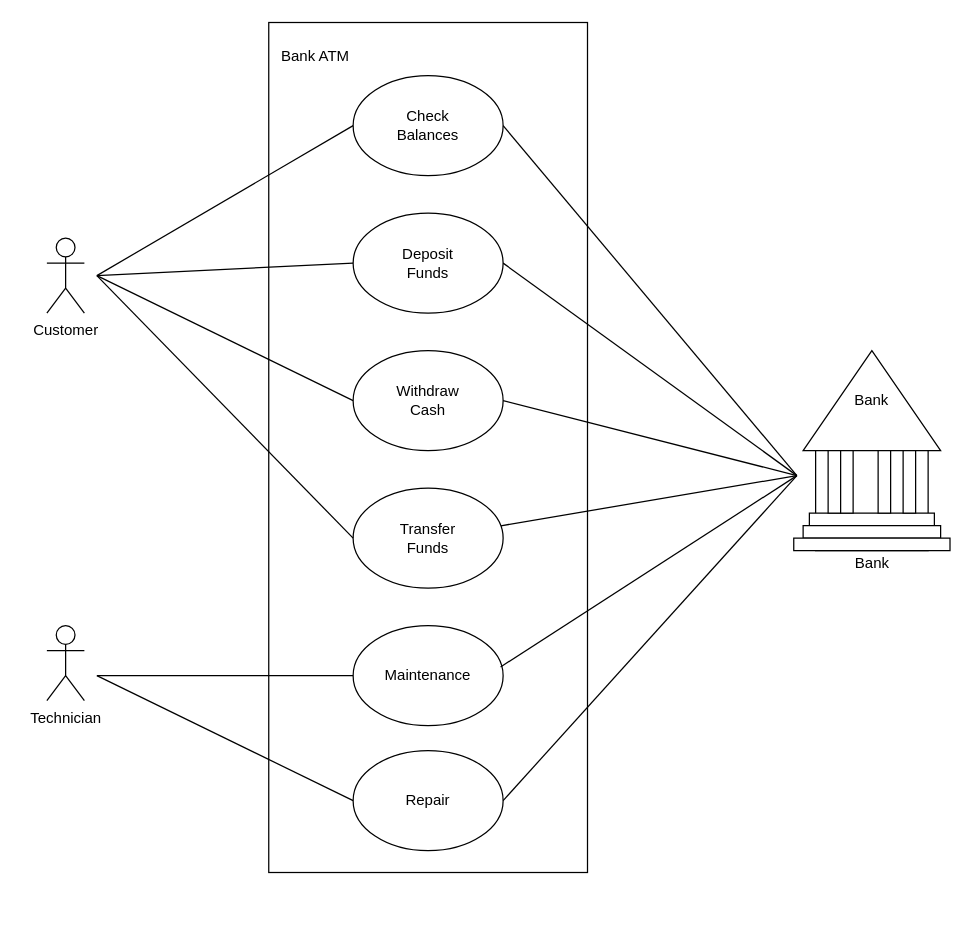
Before: page "Use Case Diagram" (1 of 2) of ATM System Use Case.drawio in ddelrio95/ATM-diagrams, a draw.io diagram. Source tidied: cells renumbered, new cells numbered last; positions are measured from the earlier drawing's top-left corner, leaving out a move shared by most shapes. Both pictures are drawn from the tidied source at 125%, with x=0, y=0 at pixel (2, 38).
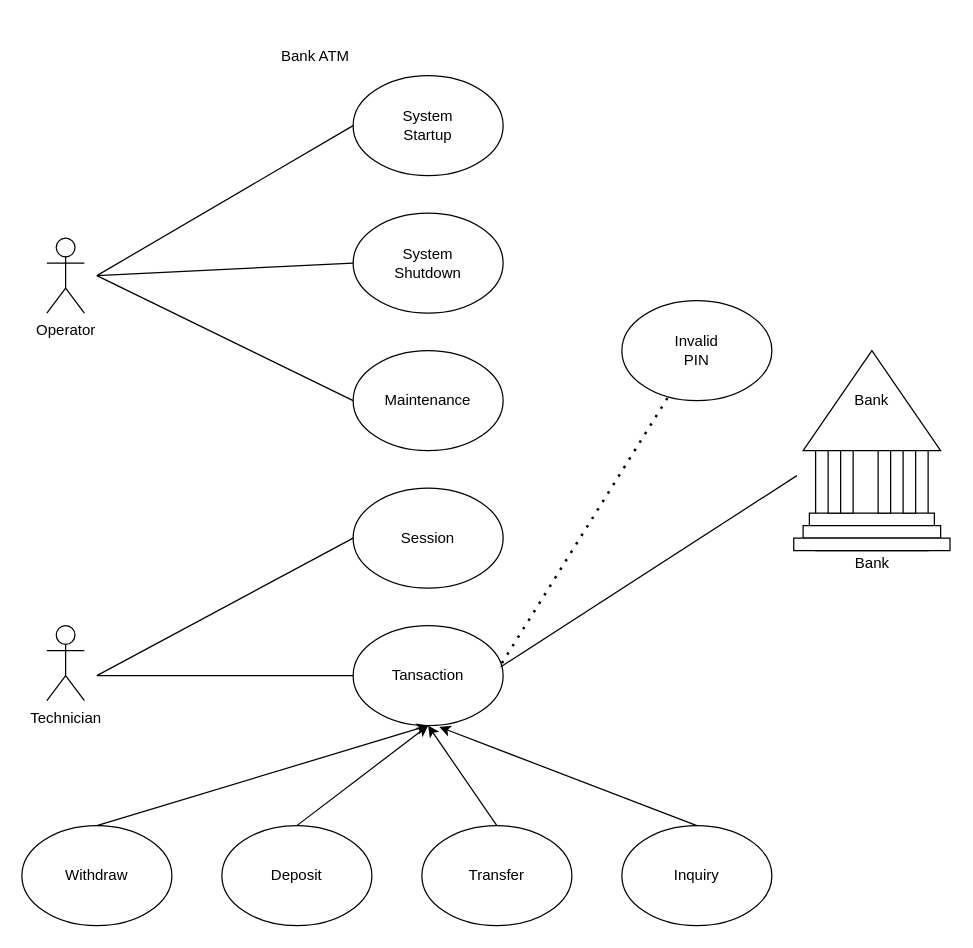
The same diagram, later.

The edit, as a diff of the source:
```diff
@@
-    <mxCell id="2" style="rounded=0;whiteSpace=wrap;html=1;rotation=90;" parent="1" vertex="1">
-      <mxGeometry y="200" width="680" height="255" as="geometry" />
-    </mxCell>
@@
-    <mxCell id="4" value="Customer" style="shape=umlActor;verticalLabelPosition=bottom;verticalAlign=top;html=1;" parent="1" vertex="1">
+    <mxCell id="4" value="Operator" style="shape=umlActor;verticalLabelPosition=bottom;verticalAlign=top;html=1;" parent="1" vertex="1">
       <mxGeometry x="35" y="160" width="30" height="60" as="geometry" />
     </mxCell>
@@
-    <mxCell id="6" value="Check&lt;br&gt;Balances" style="ellipse;whiteSpace=wrap;html=1;" parent="1" vertex="1">
+    <mxCell id="6" value="System&lt;br&gt;Startup" style="ellipse;whiteSpace=wrap;html=1;" parent="1" vertex="1">
       <mxGeometry x="280" y="30" width="120" height="80" as="geometry" />
     </mxCell>
-    <mxCell id="7" value="Withdraw&lt;br&gt;Cash" style="ellipse;whiteSpace=wrap;html=1;" parent="1" vertex="1">
+    <mxCell id="7" value="Maintenance" style="ellipse;whiteSpace=wrap;html=1;" parent="1" vertex="1">
       <mxGeometry x="280" y="250" width="120" height="80" as="geometry" />
     </mxCell>
-    <mxCell id="8" value="Transfer&lt;br&gt;Funds" style="ellipse;whiteSpace=wrap;html=1;" parent="1" vertex="1">
+    <mxCell id="8" value="Session" style="ellipse;whiteSpace=wrap;html=1;" parent="1" vertex="1">
       <mxGeometry x="280" y="360" width="120" height="80" as="geometry" />
     </mxCell>
-    <mxCell id="9" value="Deposit&lt;br&gt;Funds" style="ellipse;whiteSpace=wrap;html=1;" parent="1" vertex="1">
+    <mxCell id="9" value="System&lt;br&gt;Shutdown" style="ellipse;whiteSpace=wrap;html=1;" parent="1" vertex="1">
       <mxGeometry x="280" y="140" width="120" height="80" as="geometry" />
     </mxCell>
-    <mxCell id="10" value="Maintenance" style="ellipse;whiteSpace=wrap;html=1;" parent="1" vertex="1">
+    <mxCell id="10" value="Tansaction" style="ellipse;whiteSpace=wrap;html=1;" parent="1" vertex="1">
       <mxGeometry x="280" y="470" width="120" height="80" as="geometry" />
     </mxCell>
-    <mxCell id="11" value="Repair" style="ellipse;whiteSpace=wrap;html=1;" parent="1" vertex="1">
-      <mxGeometry x="280" y="570" width="120" height="80" as="geometry" />
-    </mxCell>
@@
-    <mxCell id="15" style="endArrow=none;html=1;rounded=0;entryX=0;entryY=0.5;entryDx=0;entryDy=0;" parent="1" edge="1" target="8">
-      <mxGeometry relative="1" as="geometry">
-        <mxPoint x="75" y="190" as="sourcePoint" />
-      </mxGeometry>
-    </mxCell>
@@
-    <mxCell id="25" style="endArrow=none;html=1;rounded=0;entryX=0;entryY=0.5;entryDx=0;entryDy=0;" parent="1" edge="1">
+    <mxCell id="25" style="endArrow=none;html=1;rounded=0;entryX=0;entryY=0.5;entryDx=0;entryDy=0;" parent="1" edge="1" target="8">
       <mxGeometry relative="1" as="geometry">
         <mxPoint x="75" y="510" as="sourcePoint" />
-        <mxPoint x="280" y="510" as="targetPoint" />
       </mxGeometry>
     </mxCell>
-    <mxCell id="26" style="endArrow=none;html=1;rounded=0;entryX=0;entryY=0.5;entryDx=0;entryDy=0;" parent="1" edge="1">
+    <mxCell id="26" style="endArrow=none;html=1;rounded=0;entryX=0;entryY=0.5;entryDx=0;entryDy=0;" parent="1" edge="1" target="10">
       <mxGeometry relative="1" as="geometry">
         <mxPoint x="75" y="510" as="sourcePoint" />
-        <mxPoint x="280" y="610" as="targetPoint" />
       </mxGeometry>
     </mxCell>
-    <mxCell id="27" style="endArrow=none;html=1;rounded=0;exitX=1;exitY=0.5;exitDx=0;exitDy=0;" parent="1" edge="1" source="9">
-      <mxGeometry relative="1" as="geometry">
-        <mxPoint x="635" y="350" as="targetPoint" />
-      </mxGeometry>
-    </mxCell>
-    <mxCell id="28" style="endArrow=none;html=1;rounded=0;" parent="1" edge="1" source="8">
-      <mxGeometry relative="1" as="geometry">
-        <mxPoint x="635" y="350" as="targetPoint" />
-      </mxGeometry>
-    </mxCell>
-    <mxCell id="29" style="endArrow=none;html=1;rounded=0;entryX=1;entryY=0.5;entryDx=0;entryDy=0;" parent="1" edge="1" target="7">
-      <mxGeometry relative="1" as="geometry">
-        <mxPoint x="635" y="350" as="sourcePoint" />
-      </mxGeometry>
-    </mxCell>
-    <mxCell id="30" style="endArrow=none;html=1;rounded=0;exitX=1;exitY=0.5;exitDx=0;exitDy=0;" parent="1" edge="1" source="6">
-      <mxGeometry relative="1" as="geometry">
-        <mxPoint x="635" y="350" as="targetPoint" />
-      </mxGeometry>
-    </mxCell>
@@
-    <mxCell id="32" style="endArrow=none;html=1;rounded=0;exitX=1;exitY=0.5;exitDx=0;exitDy=0;" parent="1" edge="1" source="11">
-      <mxGeometry relative="1" as="geometry">
-        <mxPoint x="635" y="350" as="targetPoint" />
-      </mxGeometry>
-    </mxCell>
@@
+    <mxCell id="34" style="edgeStyle=orthogonalEdgeStyle;rounded=0;orthogonalLoop=1;jettySize=auto;html=1;exitX=1;exitY=0.5;exitDx=0;exitDy=0;" parent="1" edge="1">
+      <mxGeometry relative="1" as="geometry">
+        <mxPoint x="340" y="582.5" as="sourcePoint" />
+        <mxPoint x="340" y="582.5" as="targetPoint" />
+      </mxGeometry>
+    </mxCell>
+    <mxCell id="35" value="Invalid&lt;br&gt;PIN" style="ellipse;whiteSpace=wrap;html=1;" parent="1" vertex="1">
+      <mxGeometry x="495" y="210" width="120" height="80" as="geometry" />
+    </mxCell>
+    <mxCell id="36" value="Inquiry" style="ellipse;whiteSpace=wrap;html=1;" parent="1" vertex="1">
+      <mxGeometry x="495" y="630" width="120" height="80" as="geometry" />
+    </mxCell>
+    <mxCell id="37" value="Transfer" style="ellipse;whiteSpace=wrap;html=1;" parent="1" vertex="1">
+      <mxGeometry x="335" y="630" width="120" height="80" as="geometry" />
+    </mxCell>
+    <mxCell id="38" value="Deposit" style="ellipse;whiteSpace=wrap;html=1;" parent="1" vertex="1">
+      <mxGeometry x="175" y="630" width="120" height="80" as="geometry" />
+    </mxCell>
+    <mxCell id="39" value="Withdraw" style="ellipse;whiteSpace=wrap;html=1;" parent="1" vertex="1">
+      <mxGeometry x="15" y="630" width="120" height="80" as="geometry" />
+    </mxCell>
+    <mxCell id="40" style="endArrow=classic;html=1;rounded=0;entryX=0.5;entryY=1;entryDx=0;entryDy=0;exitX=0.5;exitY=0;exitDx=0;exitDy=0;" parent="1" edge="1" source="39" target="10">
+      <mxGeometry relative="1" as="geometry" />
+    </mxCell>
+    <mxCell id="41" style="endArrow=classic;html=1;rounded=0;entryX=0.5;entryY=1;entryDx=0;entryDy=0;exitX=0.5;exitY=0;exitDx=0;exitDy=0;" parent="1" edge="1" source="38" target="10">
+      <mxGeometry relative="1" as="geometry" />
+    </mxCell>
+    <mxCell id="42" style="endArrow=classic;html=1;rounded=0;entryX=0.575;entryY=1.013;entryDx=0;entryDy=0;entryPerimeter=0;exitX=0.5;exitY=0;exitDx=0;exitDy=0;" parent="1" edge="1" source="36" target="10">
+      <mxGeometry relative="1" as="geometry" />
+    </mxCell>
+    <mxCell id="43" style="endArrow=classic;html=1;rounded=0;entryX=0.5;entryY=1;entryDx=0;entryDy=0;exitX=0.5;exitY=0;exitDx=0;exitDy=0;" parent="1" edge="1" source="37" target="10">
+      <mxGeometry relative="1" as="geometry" />
+    </mxCell>
+    <mxCell id="44" style="endArrow=none;dashed=1;html=1;dashPattern=1 3;strokeWidth=2;rounded=0;exitX=0.992;exitY=0.375;exitDx=0;exitDy=0;exitPerimeter=0;" parent="1" edge="1" source="10" target="35">
+      <mxGeometry relative="1" as="geometry" />
+    </mxCell>
```
